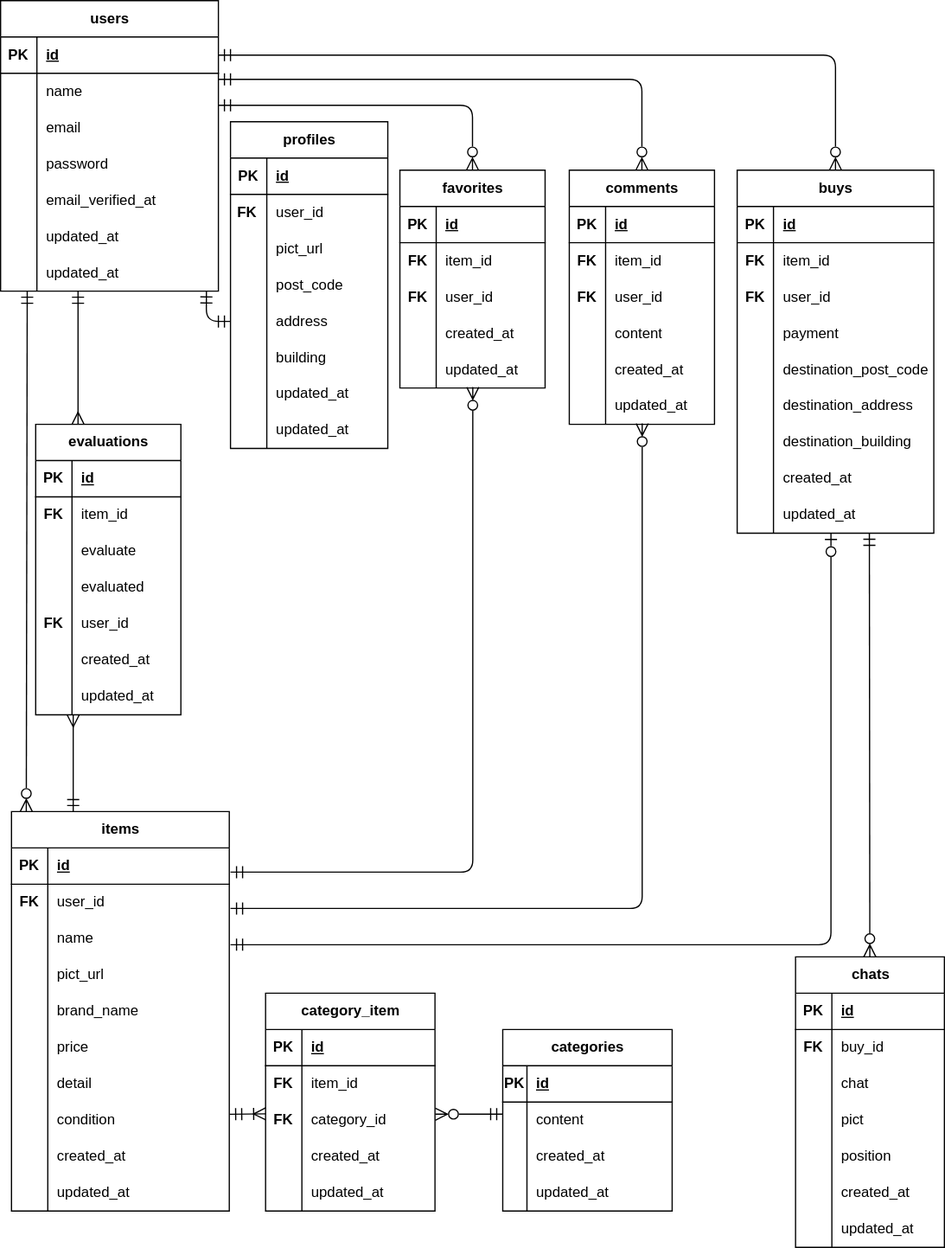
chatainazara/furima2 keeps this draw.io diagram as src/document/furima.drawio.svg. Above is the earlier version. Source tidied: cells renumbered, new cells last; positions are measured from the earlier drawing's top-left corner, leaving out a move shared by most shapes.
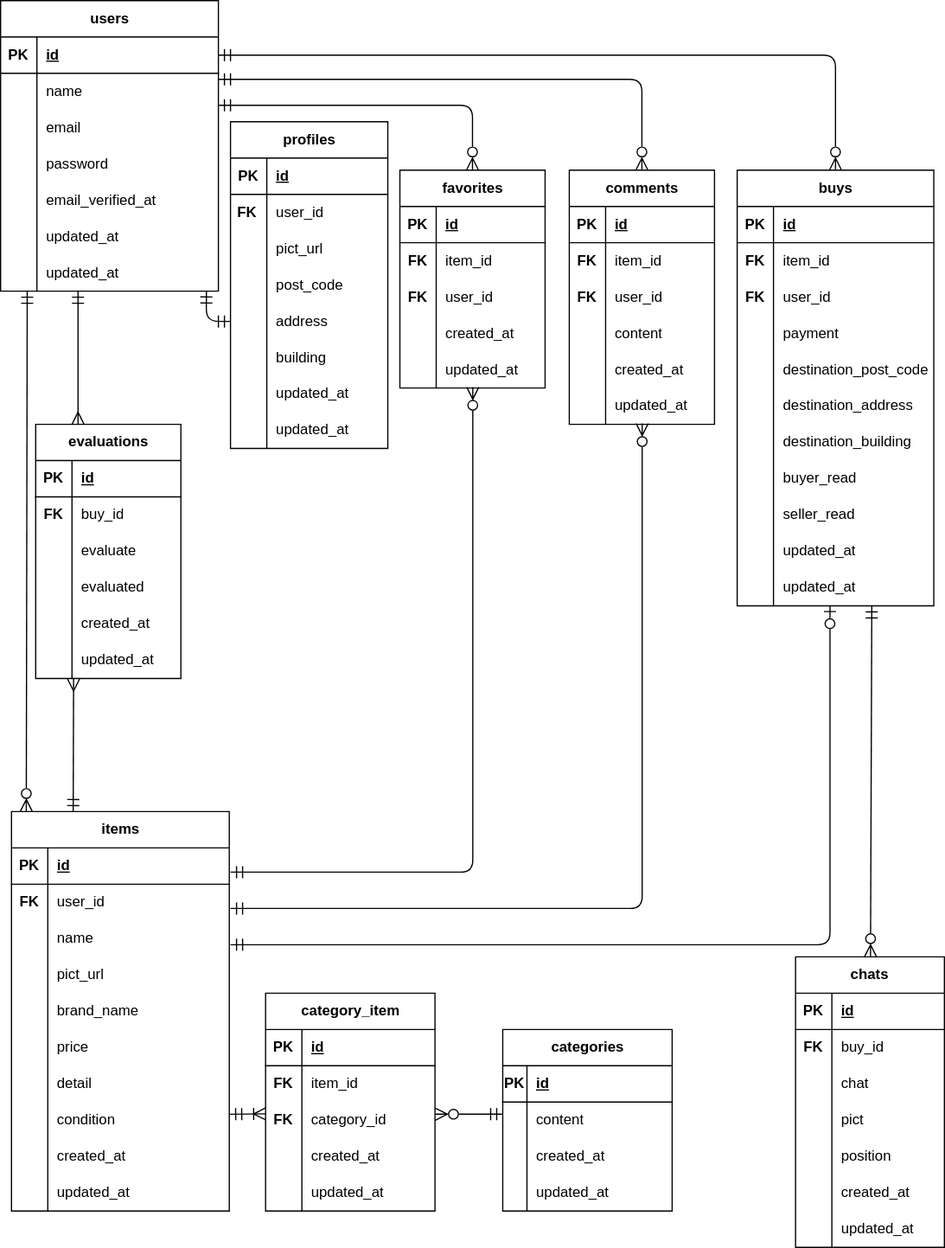
After the commit.

Change to the diagram source:
```diff
@@ -306,7 +306,7 @@
       <mxGeometry x="30" width="90" height="30" as="geometry" />
     </mxCell>
     <mxCell id="103" value="buys" style="shape=table;startSize=30;rowLines=0;fontStyle=1;align=center;html=1;" parent="1" vertex="1">
-      <mxGeometry x="608.8" y="140" width="162.5" height="300" as="geometry" />
+      <mxGeometry x="608.8" y="140" width="162.5" height="360" as="geometry" />
     </mxCell>
     <mxCell id="104" style="shape=tableRow;horizontal=0;startSize=0;swimlaneHead=0;swimlaneBody=0;fillColor=none;top=0;left=0;right=0;bottom=1;" parent="103" vertex="1">
       <mxGeometry y="30" width="162.5" height="30" as="geometry" />
@@ -377,7 +377,7 @@
     <mxCell id="126" style="shape=partialRectangle;fillColor=none;top=0;left=0;bottom=0;right=0;overflow=hidden;whiteSpace=wrap;html=1;" parent="125" vertex="1">
       <mxGeometry width="30" height="30" as="geometry" />
     </mxCell>
-    <mxCell id="127" value="created_at" style="shape=partialRectangle;fillColor=none;top=0;left=0;bottom=0;right=0;align=left;spacingLeft=6;overflow=hidden;whiteSpace=wrap;html=1;" parent="125" vertex="1">
+    <mxCell id="127" value="buyer_read" style="shape=partialRectangle;fillColor=none;top=0;left=0;bottom=0;right=0;align=left;spacingLeft=6;overflow=hidden;whiteSpace=wrap;html=1;" parent="125" vertex="1">
       <mxGeometry x="30" width="132.5" height="30" as="geometry" />
     </mxCell>
     <mxCell id="128" style="shape=tableRow;horizontal=0;startSize=0;swimlaneHead=0;swimlaneBody=0;fillColor=none;points=[[0,0.5],[1,0.5]];portConstraint=eastwest;top=0;left=0;right=0;bottom=0;" parent="103" vertex="1">
@@ -386,9 +386,27 @@
     <mxCell id="129" style="shape=partialRectangle;fillColor=none;top=0;left=0;bottom=0;right=0;overflow=hidden;whiteSpace=wrap;html=1;" parent="128" vertex="1">
       <mxGeometry width="30" height="30" as="geometry" />
     </mxCell>
-    <mxCell id="130" value="updated_at" style="shape=partialRectangle;fillColor=none;top=0;left=0;bottom=0;right=0;align=left;spacingLeft=6;overflow=hidden;whiteSpace=wrap;html=1;" parent="128" vertex="1">
+    <mxCell id="130" value="seller_read" style="shape=partialRectangle;fillColor=none;top=0;left=0;bottom=0;right=0;align=left;spacingLeft=6;overflow=hidden;whiteSpace=wrap;html=1;" parent="128" vertex="1">
       <mxGeometry x="30" width="132.5" height="30" as="geometry" />
     </mxCell>
+    <mxCell id="242" style="shape=tableRow;horizontal=0;startSize=0;swimlaneHead=0;swimlaneBody=0;fillColor=none;top=0;left=0;right=0;bottom=0;" parent="103" vertex="1">
+      <mxGeometry y="300" width="162.5" height="30" as="geometry" />
+    </mxCell>
+    <mxCell id="243" style="shape=partialRectangle;fillColor=none;top=0;left=0;bottom=0;right=0;overflow=hidden;whiteSpace=wrap;html=1;" parent="242" vertex="1">
+      <mxGeometry width="30" height="30" as="geometry" />
+    </mxCell>
+    <mxCell id="244" value="updated_at" style="shape=partialRectangle;fillColor=none;top=0;left=0;bottom=0;right=0;align=left;spacingLeft=6;overflow=hidden;whiteSpace=wrap;html=1;" parent="242" vertex="1">
+      <mxGeometry x="30" width="132.5" height="30" as="geometry" />
+    </mxCell>
+    <mxCell id="245" style="shape=tableRow;horizontal=0;startSize=0;swimlaneHead=0;swimlaneBody=0;fillColor=none;points=[[0,0.5],[1,0.5]];portConstraint=eastwest;top=0;left=0;right=0;bottom=0;" parent="103" vertex="1">
+      <mxGeometry y="330" width="162.5" height="30" as="geometry" />
+    </mxCell>
+    <mxCell id="246" style="shape=partialRectangle;fillColor=none;top=0;left=0;bottom=0;right=0;overflow=hidden;whiteSpace=wrap;html=1;" parent="245" vertex="1">
+      <mxGeometry width="30" height="30" as="geometry" />
+    </mxCell>
+    <mxCell id="247" value="updated_at" style="shape=partialRectangle;fillColor=none;top=0;left=0;bottom=0;right=0;align=left;spacingLeft=6;overflow=hidden;whiteSpace=wrap;html=1;" parent="245" vertex="1">
+      <mxGeometry x="30" width="132.5" height="30" as="geometry" />
+    </mxCell>
     <mxCell id="131" style="edgeStyle=none;orthogonalLoop=1;jettySize=auto;html=1;endArrow=ERmandOne;startArrow=ERzeroToMany;endSize=8;startSize=8;startFill=0;endFill=0;exitX=0.279;exitY=0;exitDx=0;exitDy=0;exitPerimeter=0;" parent="1" edge="1">
       <mxGeometry relative="1" as="geometry">
         <mxPoint x="21.2" y="670" as="sourcePoint" />
@@ -411,7 +429,7 @@
         </Array>
       </mxGeometry>
     </mxCell>
-    <mxCell id="134" style="edgeStyle=elbowEdgeStyle;jettySize=auto;html=1;endArrow=ERzeroToOne;startArrow=ERmandOne;endSize=8;startSize=8;startFill=0;endFill=0;elbow=vertical;entryX=0.477;entryY=1.006;entryDx=0;entryDy=0;entryPerimeter=0;" parent="1" edge="1" target="128">
+    <mxCell id="134" style="edgeStyle=elbowEdgeStyle;jettySize=auto;html=1;endArrow=ERzeroToOne;startArrow=ERmandOne;endSize=8;startSize=8;startFill=0;endFill=0;elbow=vertical;entryX=0.472;entryY=0.992;entryDx=0;entryDy=0;entryPerimeter=0;" parent="1" edge="1" target="245">
       <mxGeometry relative="1" as="geometry">
         <mxPoint x="190" y="780" as="sourcePoint" />
         <Array as="points">
@@ -535,7 +553,7 @@
       </mxGeometry>
     </mxCell>
     <mxCell id="166" value="evaluations" style="shape=table;startSize=30;rowLines=0;fontStyle=1;align=center;html=1;" parent="1" vertex="1">
-      <mxGeometry x="29" y="350" width="120" height="240" as="geometry" />
+      <mxGeometry x="29" y="350" width="120" height="210" as="geometry" />
     </mxCell>
     <mxCell id="167" style="shape=tableRow;horizontal=0;startSize=0;swimlaneHead=0;swimlaneBody=0;fillColor=none;top=0;left=0;right=0;bottom=1;" parent="166" vertex="1">
       <mxGeometry y="30" width="120" height="30" as="geometry" />
@@ -552,7 +570,7 @@
     <mxCell id="171" style="shape=partialRectangle;fillColor=none;top=0;left=0;bottom=0;right=0;overflow=hidden;whiteSpace=wrap;html=1;" parent="170" vertex="1">
       <mxGeometry width="30" height="30" as="geometry" />
     </mxCell>
-    <mxCell id="172" value="item_id" style="shape=partialRectangle;fillColor=none;top=0;left=0;bottom=0;right=0;align=left;spacingLeft=6;overflow=hidden;whiteSpace=wrap;html=1;" parent="170" vertex="1">
+    <mxCell id="172" value="buy_id" style="shape=partialRectangle;fillColor=none;top=0;left=0;bottom=0;right=0;align=left;spacingLeft=6;overflow=hidden;whiteSpace=wrap;html=1;" parent="170" vertex="1">
       <mxGeometry x="30" width="90" height="30" as="geometry" />
     </mxCell>
     <mxCell id="173" style="shape=tableRow;horizontal=0;startSize=0;swimlaneHead=0;swimlaneBody=0;fillColor=none;top=0;left=0;right=0;bottom=0;" parent="166" vertex="1">
@@ -573,17 +591,8 @@
     <mxCell id="178" value="evaluated" style="shape=partialRectangle;fillColor=none;top=0;left=0;bottom=0;right=0;align=left;spacingLeft=6;overflow=hidden;whiteSpace=wrap;html=1;" parent="176" vertex="1">
       <mxGeometry x="30" width="90" height="30" as="geometry" />
     </mxCell>
-    <mxCell id="179" style="shape=tableRow;horizontal=0;startSize=0;swimlaneHead=0;swimlaneBody=0;fillColor=none;top=0;left=0;right=0;bottom=0;" parent="166" vertex="1">
-      <mxGeometry y="150" width="120" height="30" as="geometry" />
-    </mxCell>
-    <mxCell id="180" style="shape=partialRectangle;fillColor=none;top=0;left=0;bottom=0;right=0;overflow=hidden;whiteSpace=wrap;html=1;" parent="179" vertex="1">
-      <mxGeometry width="30" height="30" as="geometry" />
-    </mxCell>
-    <mxCell id="181" value="user_id" style="shape=partialRectangle;fillColor=none;top=0;left=0;bottom=0;right=0;align=left;spacingLeft=6;overflow=hidden;whiteSpace=wrap;html=1;strokeWidth=1;" parent="179" vertex="1">
-      <mxGeometry x="30" width="90" height="30" as="geometry" />
-    </mxCell>
     <mxCell id="182" style="shape=tableRow;horizontal=0;startSize=0;swimlaneHead=0;swimlaneBody=0;fillColor=none;top=0;left=0;right=0;bottom=0;" parent="166" vertex="1">
-      <mxGeometry y="180" width="120" height="30" as="geometry" />
+      <mxGeometry y="150" width="120" height="30" as="geometry" />
     </mxCell>
     <mxCell id="183" style="shape=partialRectangle;fillColor=none;top=0;left=0;bottom=0;right=0;overflow=hidden;whiteSpace=wrap;html=1;" parent="182" vertex="1">
       <mxGeometry width="30" height="30" as="geometry" />
@@ -592,7 +601,7 @@
       <mxGeometry x="30" width="90" height="30" as="geometry" />
     </mxCell>
     <mxCell id="185" style="shape=tableRow;horizontal=0;startSize=0;swimlaneHead=0;swimlaneBody=0;fillColor=none;points=[[0,0.5],[1,0.5]];portConstraint=eastwest;top=0;left=0;right=0;bottom=0;" parent="166" vertex="1">
-      <mxGeometry y="210" width="120" height="30" as="geometry" />
+      <mxGeometry y="180" width="120" height="30" as="geometry" />
     </mxCell>
     <mxCell id="186" style="shape=partialRectangle;fillColor=none;top=0;left=0;bottom=0;right=0;overflow=hidden;whiteSpace=wrap;html=1;" parent="185" vertex="1">
       <mxGeometry width="30" height="30" as="geometry" />
@@ -606,9 +615,8 @@
         <mxPoint x="64" y="240" as="targetPoint" />
       </mxGeometry>
     </mxCell>
-    <mxCell id="189" style="edgeStyle=none;html=1;exitX=0.25;exitY=0;exitDx=0;exitDy=0;endArrow=ERmandOne;endFill=0;startArrow=ERmany;startFill=0;endSize=8;startSize=8;" parent="1" edge="1">
+    <mxCell id="189" style="edgeStyle=none;html=1;exitX=0.261;exitY=1.013;exitDx=0;exitDy=0;endArrow=ERmandOne;endFill=0;startArrow=ERmany;startFill=0;endSize=8;startSize=8;exitPerimeter=0;" parent="1" edge="1" source="185">
       <mxGeometry relative="1" as="geometry">
-        <mxPoint x="60" y="590" as="sourcePoint" />
         <mxPoint x="60" y="670" as="targetPoint" />
       </mxGeometry>
     </mxCell>
@@ -684,9 +692,6 @@
     <mxCell id="213" value="FK" style="shape=partialRectangle;fillColor=none;top=0;left=0;bottom=0;right=0;fontStyle=1;overflow=hidden;whiteSpace=wrap;html=1;" parent="1" vertex="1">
       <mxGeometry x="29" y="410" width="30" height="30" as="geometry" />
     </mxCell>
-    <mxCell id="214" value="FK" style="shape=partialRectangle;fillColor=none;top=0;left=0;bottom=0;right=0;fontStyle=1;overflow=hidden;whiteSpace=wrap;html=1;" parent="1" vertex="1">
-      <mxGeometry x="29" y="500" width="30" height="30" as="geometry" />
-    </mxCell>
     <mxCell id="215" value="FK" style="shape=partialRectangle;fillColor=none;top=0;left=0;bottom=0;right=0;fontStyle=1;overflow=hidden;whiteSpace=wrap;html=1;" parent="1" vertex="1">
       <mxGeometry x="9" y="730" width="30" height="30" as="geometry" />
     </mxCell>
@@ -767,7 +772,7 @@
     </mxCell>
     <mxCell id="241" style="edgeStyle=none;html=1;endArrow=ERmandOne;endFill=0;startArrow=ERzeroToMany;startFill=0;endSize=8;startSize=8;" parent="1" edge="1" source="190">
       <mxGeometry relative="1" as="geometry">
-        <mxPoint x="718" y="440" as="targetPoint" />
+        <mxPoint x="720" y="500" as="targetPoint" />
       </mxGeometry>
     </mxCell>
   </root>
```
